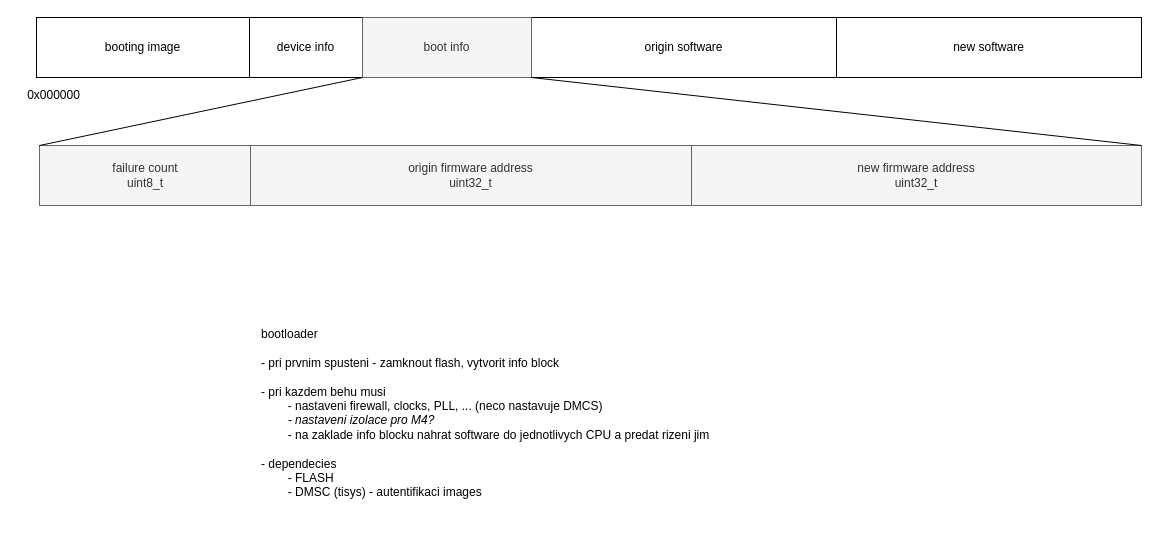
Above: schematic/05-sw-flash-structure.drawio in petrkucerak/diplom-thesis (draw.io), before the change. Source tidied: cells renumbered, new cells numbered last; positions are measured from the earlier drawing's top-left corner, leaving out a move shared by most shapes. Both pictures are drawn from the tidied source at 100%, with x=0, y=0 at pixel (17, 17).
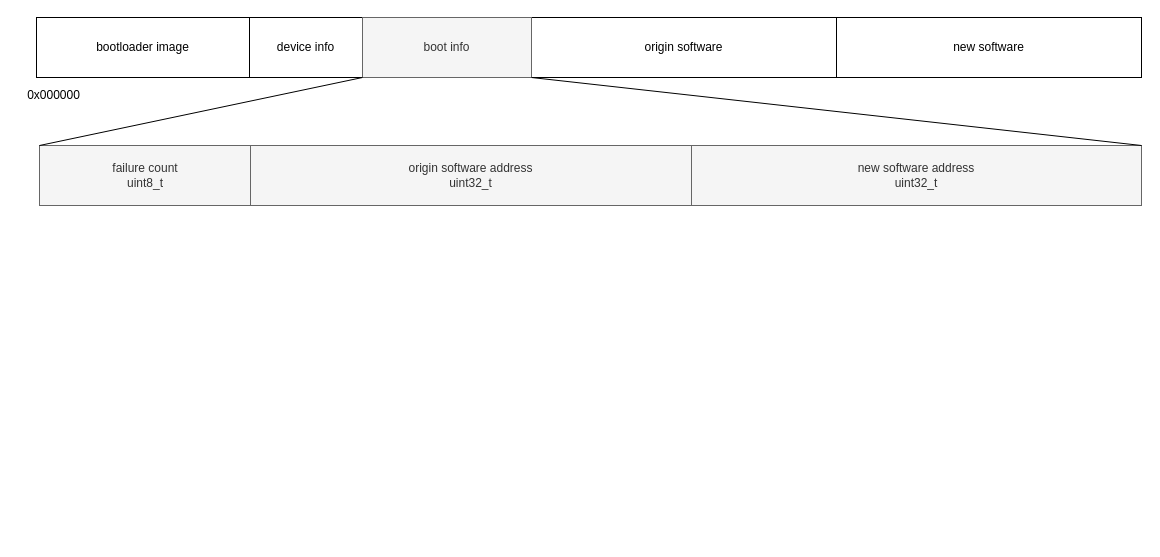
The same page after the edit.

Commit message (it also covers changes not shown here):
Update flash structure

Change to the diagram source:
```diff
@@
 <mxGraphModel>
   <root>
     <mxCell id="0" />
     <mxCell id="1" parent="0" />
     <mxCell id="2" style="rounded=0;whiteSpace=wrap;html=1;" parent="1" vertex="1">
       <mxGeometry x="19" width="1105" height="60" as="geometry" />
     </mxCell>
-    <mxCell id="3" value="booting image" style="rounded=0;whiteSpace=wrap;html=1;" parent="1" vertex="1">
+    <mxCell id="3" value="bootloader image" style="rounded=0;whiteSpace=wrap;html=1;" parent="1" vertex="1">
       <mxGeometry x="19" width="213" height="60" as="geometry" />
     </mxCell>
     <mxCell id="4" value="device info" style="rounded=0;whiteSpace=wrap;html=1;" parent="1" vertex="1">
       <mxGeometry x="232" width="113" height="60" as="geometry" />
     </mxCell>
     <mxCell id="5" value="&lt;span style=&quot;color: rgb(0, 0, 0);&quot;&gt;origin&amp;nbsp;&lt;/span&gt;software" style="rounded=0;whiteSpace=wrap;html=1;" parent="1" vertex="1">
       <mxGeometry x="514" width="305" height="60" as="geometry" />
     </mxCell>
     <mxCell id="6" value="&lt;span style=&quot;color: rgb(0, 0, 0);&quot;&gt;new&amp;nbsp;&lt;/span&gt;software" style="rounded=0;whiteSpace=wrap;html=1;" parent="1" vertex="1">
       <mxGeometry x="819" width="305" height="60" as="geometry" />
     </mxCell>
     <mxCell id="7" style="rounded=0;whiteSpace=wrap;html=1;" parent="1" vertex="1">
       <mxGeometry x="22" y="128" width="1102" height="60" as="geometry" />
     </mxCell>
     <mxCell id="8" value="failure count&lt;div&gt;uint8_t&lt;/div&gt;" style="rounded=0;whiteSpace=wrap;html=1;fillColor=#f5f5f5;fontColor=#333333;strokeColor=#666666;" parent="1" vertex="1">
       <mxGeometry x="22" y="128" width="212" height="60" as="geometry" />
     </mxCell>
-    <mxCell id="9" value="origin firmware address&lt;div&gt;uint32_t&lt;/div&gt;" style="rounded=0;whiteSpace=wrap;html=1;fillColor=#f5f5f5;fontColor=#333333;strokeColor=#666666;" parent="1" vertex="1">
+    <mxCell id="9" value="origin software address&lt;div&gt;uint32_t&lt;/div&gt;" style="rounded=0;whiteSpace=wrap;html=1;fillColor=#f5f5f5;fontColor=#333333;strokeColor=#666666;" parent="1" vertex="1">
       <mxGeometry x="233" y="128" width="441" height="60" as="geometry" />
     </mxCell>
-    <mxCell id="10" value="new firmware address&lt;div&gt;uint32_t&lt;/div&gt;" style="rounded=0;whiteSpace=wrap;html=1;fillColor=#f5f5f5;fontColor=#333333;strokeColor=#666666;" parent="1" vertex="1">
+    <mxCell id="10" value="new&amp;nbsp;&lt;span style=&quot;color: rgb(51, 51, 51);&quot;&gt;software&amp;nbsp;&lt;/span&gt;address&lt;div&gt;uint32_t&lt;/div&gt;" style="rounded=0;whiteSpace=wrap;html=1;fillColor=#f5f5f5;fontColor=#333333;strokeColor=#666666;" parent="1" vertex="1">
       <mxGeometry x="674" y="128" width="450" height="60" as="geometry" />
     </mxCell>
     <mxCell id="11" value="0x00&lt;span style=&quot;color: rgb(0, 0, 0);&quot;&gt;0000&lt;/span&gt;" style="text;html=1;align=center;verticalAlign=middle;strokeColor=none;fillColor=none;" parent="1" vertex="1">
       <mxGeometry y="65" width="71" height="26" as="geometry" />
     </mxCell>
     <mxCell id="12" value="&lt;div&gt;&lt;br&gt;&lt;/div&gt;" style="text;html=1;align=left;verticalAlign=middle;strokeColor=none;fillColor=none;" parent="1" vertex="1">
       <mxGeometry x="57" y="349" width="18" height="26" as="geometry" />
     </mxCell>
-    <mxCell id="13" value="bootloader&lt;div&gt;&lt;br&gt;&lt;/div&gt;&lt;div&gt;- pri prvnim spusteni - zamknout flash, vytvorit info block&lt;/div&gt;&lt;div&gt;&lt;br&gt;&lt;/div&gt;&lt;div&gt;- pri kazdem behu musi&lt;/div&gt;&lt;div&gt;&lt;span style=&quot;white-space: pre;&quot;&gt;&#9;&lt;/span&gt;- nastaveni firewall, clocks, PLL, ... (neco nastavuje DMCS)&lt;br&gt;&lt;/div&gt;&lt;div&gt;&lt;i&gt;&lt;span style=&quot;white-space: pre;&quot;&gt;&#9;&lt;/span&gt;- nastaveni izolace pro M4?&lt;/i&gt;&lt;br&gt;&lt;/div&gt;&lt;div&gt;&lt;span style=&quot;white-space: pre;&quot;&gt;&#9;&lt;/span&gt;- na zaklade info blocku nahrat software do jednotlivych CPU a predat rizeni jim&lt;br&gt;&lt;/div&gt;&lt;div&gt;&lt;br&gt;&lt;/div&gt;&lt;div&gt;- dependecies&lt;/div&gt;&lt;div&gt;&lt;span style=&quot;white-space: pre;&quot;&gt;&#9;&lt;/span&gt;- FLASH&lt;br&gt;&lt;/div&gt;&lt;div&gt;&lt;span style=&quot;white-space: pre;&quot;&gt;&#9;&lt;/span&gt;- DMSC (tisys) - autentifikaci images&lt;br&gt;&lt;/div&gt;&lt;div&gt;&lt;br&gt;&lt;/div&gt;" style="text;html=1;align=left;verticalAlign=top;whiteSpace=wrap;rounded=0;" parent="1" vertex="1">
-      <mxGeometry x="242" y="303" width="490" height="219" as="geometry" />
-    </mxCell>
     <mxCell id="14" value="boot info" style="rounded=0;whiteSpace=wrap;html=1;fillColor=#f5f5f5;fontColor=#333333;strokeColor=#666666;" parent="1" vertex="1">
       <mxGeometry x="345" width="169" height="60" as="geometry" />
     </mxCell>
     <mxCell id="15" style="endArrow=none;html=1;entryX=1;entryY=1;entryDx=0;entryDy=0;exitX=0;exitY=0;exitDx=0;exitDy=0;" parent="1" edge="1" source="8" target="4">
       <mxGeometry relative="1" as="geometry" />
     </mxCell>
     <mxCell id="16" style="endArrow=none;html=1;entryX=0;entryY=1;entryDx=0;entryDy=0;exitX=1;exitY=0;exitDx=0;exitDy=0;" parent="1" edge="1" source="10" target="5">
       <mxGeometry relative="1" as="geometry" />
     </mxCell>
   </root>
 </mxGraphModel>
```
